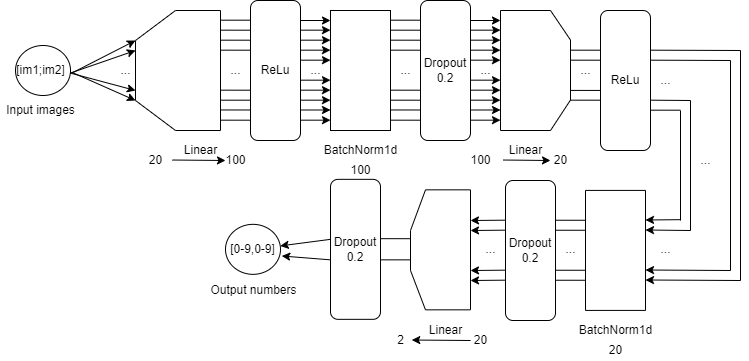
Above: Project1/structurep1.png in TopFox/DeepLearningProject (draw.io), before the change. Source tidied: cells renumbered, new cells last; positions are measured from the earlier drawing's top-left corner, leaving out a move shared by most shapes.
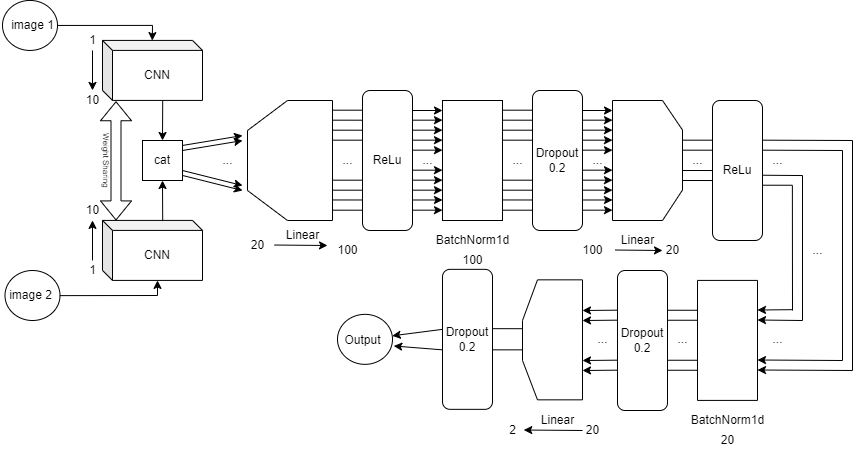
The same file after the commit.

Diff of the diagram source:
```diff
@@ -77,9 +77,6 @@
     <mxCell id="16" value="..." style="text;html=1;align=center;verticalAlign=middle;strokeColor=none;fillColor=none;" parent="1" vertex="1">
       <mxGeometry x="300" y="59.9" width="30" height="20" as="geometry" />
     </mxCell>
-    <mxCell id="17" value="Input images" style="text;html=1;align=center;verticalAlign=middle;strokeColor=none;fillColor=none;" parent="1" vertex="1">
-      <mxGeometry y="100" width="80" height="20" as="geometry" />
-    </mxCell>
     <mxCell id="18" style="endArrow=none;html=1;rounded=0;" parent="1" edge="1">
       <mxGeometry relative="1" as="geometry">
         <mxPoint x="135" y="40" as="sourcePoint" />
@@ -116,46 +113,20 @@
         <mxPoint x="220" y="130" as="targetPoint" />
       </mxGeometry>
     </mxCell>
-    <mxCell id="24" style="ellipse;whiteSpace=wrap;html=1;" parent="1" vertex="1">
-      <mxGeometry x="15" y="45" width="55" height="50" as="geometry" />
-    </mxCell>
-    <mxCell id="25" value="[im1;im2]" style="text;html=1;align=center;verticalAlign=middle;points=[];strokeColor=none;fillColor=none;" parent="1" vertex="1">
-      <mxGeometry x="10" y="60" width="60" height="20" as="geometry" />
-    </mxCell>
-    <mxCell id="26" style="endArrow=classic;html=1;rounded=0;exitX=1.026;exitY=0.623;exitDx=0;exitDy=0;exitPerimeter=0;" parent="1" edge="1" source="25">
-      <mxGeometry relative="1" as="geometry">
-        <mxPoint x="135" y="40" as="targetPoint" />
-      </mxGeometry>
-    </mxCell>
     <mxCell id="27" value="Linear" style="text;html=1;align=center;verticalAlign=middle;strokeColor=none;fillColor=none;" parent="1" vertex="1">
-      <mxGeometry x="175" y="140" width="50" height="20" as="geometry" />
+      <mxGeometry x="165" y="135" width="50" height="20" as="geometry" />
     </mxCell>
     <mxCell id="28" value="20" style="text;html=1;align=center;verticalAlign=middle;points=[];strokeColor=none;fillColor=none;" parent="1" vertex="1">
-      <mxGeometry x="140" y="150" width="30" height="20" as="geometry" />
+      <mxGeometry x="130" y="145" width="30" height="20" as="geometry" />
     </mxCell>
     <mxCell id="29" value="100" style="text;html=1;align=center;verticalAlign=middle;strokeColor=none;fillColor=none;" parent="1" vertex="1">
       <mxGeometry x="215" y="150" width="40" height="20" as="geometry" />
     </mxCell>
     <mxCell id="30" style="endArrow=classic;html=1;rounded=0;exitX=1.063;exitY=0.476;exitDx=0;exitDy=0;exitPerimeter=0;" parent="1" edge="1" source="28">
       <mxGeometry relative="1" as="geometry">
-        <mxPoint x="225" y="160" as="targetPoint" />
+        <mxPoint x="215" y="155" as="targetPoint" />
       </mxGeometry>
     </mxCell>
-    <mxCell id="31" style="endArrow=classic;html=1;rounded=0;exitX=1.042;exitY=0.617;exitDx=0;exitDy=0;exitPerimeter=0;" parent="1" edge="1" source="25">
-      <mxGeometry relative="1" as="geometry">
-        <mxPoint x="135" y="100" as="targetPoint" />
-      </mxGeometry>
-    </mxCell>
-    <mxCell id="32" style="endArrow=classic;html=1;rounded=0;exitX=0.998;exitY=0.627;exitDx=0;exitDy=0;exitPerimeter=0;" parent="1" edge="1" source="25">
-      <mxGeometry relative="1" as="geometry">
-        <mxPoint x="135" y="50" as="targetPoint" />
-      </mxGeometry>
-    </mxCell>
-    <mxCell id="33" style="endArrow=classic;html=1;rounded=0;exitX=0.996;exitY=0.627;exitDx=0;exitDy=0;exitPerimeter=0;" parent="1" edge="1" source="25">
-      <mxGeometry relative="1" as="geometry">
-        <mxPoint x="135" y="90" as="targetPoint" />
-      </mxGeometry>
-    </mxCell>
     <mxCell id="34" style="endArrow=none;html=1;rounded=0;entryX=0;entryY=0.143;entryDx=0;entryDy=0;entryPerimeter=0;" parent="1" edge="1">
       <mxGeometry relative="1" as="geometry">
         <mxPoint x="220" y="19.7" as="sourcePoint" />
@@ -207,9 +178,6 @@
     <mxCell id="42" value="..." style="text;html=1;align=center;verticalAlign=middle;strokeColor=none;fillColor=none;" parent="1" vertex="1">
       <mxGeometry x="220" y="60" width="30" height="20" as="geometry" />
     </mxCell>
-    <mxCell id="43" value="..." style="text;html=1;align=center;verticalAlign=middle;strokeColor=none;fillColor=none;" parent="1" vertex="1">
-      <mxGeometry x="110" y="60" width="30" height="20" as="geometry" />
-    </mxCell>
     <mxCell id="44" value="Dropout&lt;br&gt;0.2" style="rounded=1;whiteSpace=wrap;html=1;" parent="1" vertex="1">
       <mxGeometry x="420" width="50" height="140" as="geometry" />
     </mxCell>
@@ -400,14 +368,14 @@
     </mxCell>
     <mxCell id="79" style="endArrow=none;html=1;rounded=0;entryX=0;entryY=0.143;entryDx=0;entryDy=0;entryPerimeter=0;" parent="1" edge="1">
       <mxGeometry relative="1" as="geometry">
-        <mxPoint x="570" y="99.7" as="sourcePoint" />
-        <mxPoint x="600" y="99.7" as="targetPoint" />
+        <mxPoint x="570" y="90" as="sourcePoint" />
+        <mxPoint x="600" y="90" as="targetPoint" />
       </mxGeometry>
     </mxCell>
     <mxCell id="80" style="endArrow=none;html=1;rounded=0;entryX=0;entryY=0.143;entryDx=0;entryDy=0;entryPerimeter=0;" parent="1" edge="1">
       <mxGeometry relative="1" as="geometry">
-        <mxPoint x="570" y="89.9" as="sourcePoint" />
-        <mxPoint x="600" y="89.9" as="targetPoint" />
+        <mxPoint x="570" y="80" as="sourcePoint" />
+        <mxPoint x="600" y="80" as="targetPoint" />
       </mxGeometry>
     </mxCell>
     <mxCell id="81" value="..." style="text;html=1;align=center;verticalAlign=middle;strokeColor=none;fillColor=none;" parent="1" vertex="1">
@@ -466,18 +434,18 @@
     </mxCell>
     <mxCell id="92" style="endArrow=none;html=1;rounded=0;entryX=0;entryY=0.143;entryDx=0;entryDy=0;entryPerimeter=0;" parent="1" edge="1">
       <mxGeometry relative="1" as="geometry">
-        <mxPoint x="690" y="100" as="sourcePoint" />
-        <mxPoint x="650" y="99.7" as="targetPoint" />
+        <mxPoint x="690" y="85.1" as="sourcePoint" />
+        <mxPoint x="650" y="84.7" as="targetPoint" />
       </mxGeometry>
     </mxCell>
     <mxCell id="93" style="endArrow=none;html=1;rounded=0;entryX=0;entryY=0.143;entryDx=0;entryDy=0;entryPerimeter=0;" parent="1" edge="1">
       <mxGeometry relative="1" as="geometry">
-        <mxPoint x="680" y="109.7" as="sourcePoint" />
-        <mxPoint x="650" y="109.7" as="targetPoint" />
+        <mxPoint x="680" y="94.7" as="sourcePoint" />
+        <mxPoint x="650" y="94.7" as="targetPoint" />
       </mxGeometry>
     </mxCell>
     <mxCell id="94" value="..." style="text;html=1;align=center;verticalAlign=middle;strokeColor=none;fillColor=none;" parent="1" vertex="1">
-      <mxGeometry x="650" y="70" width="30" height="20" as="geometry" />
+      <mxGeometry x="650" y="60" width="30" height="20" as="geometry" />
     </mxCell>
     <mxCell id="95" value="..." style="text;html=1;align=center;verticalAlign=middle;strokeColor=none;fillColor=none;" parent="1" vertex="1">
       <mxGeometry x="555" y="239.3" width="30" height="20" as="geometry" />
@@ -614,22 +582,22 @@
         <mxPoint x="410" y="259.4" as="targetPoint" />
       </mxGeometry>
     </mxCell>
-    <mxCell id="122" value="[0-9,0-9]" style="ellipse;whiteSpace=wrap;html=1;" parent="1" vertex="1">
+    <mxCell id="122" style="ellipse;whiteSpace=wrap;html=1;" parent="1" vertex="1">
       <mxGeometry x="225" y="223.8" width="55" height="50" as="geometry" />
     </mxCell>
-    <mxCell id="123" value="Output numbers" style="text;html=1;align=center;verticalAlign=middle;strokeColor=none;fillColor=none;" parent="1" vertex="1">
-      <mxGeometry x="202.5" y="280" width="100" height="20" as="geometry" />
+    <mxCell id="123" value="Output" style="text;html=1;align=center;verticalAlign=middle;strokeColor=none;fillColor=none;" parent="1" vertex="1">
+      <mxGeometry x="225" y="240" width="50" height="20" as="geometry" />
     </mxCell>
     <mxCell id="124" style="endArrow=none;html=1;rounded=0;" parent="1" edge="1">
       <mxGeometry relative="1" as="geometry">
         <mxPoint x="680" y="220" as="sourcePoint" />
-        <mxPoint x="680" y="110" as="targetPoint" />
+        <mxPoint x="679.9" y="95" as="targetPoint" />
       </mxGeometry>
     </mxCell>
     <mxCell id="125" style="endArrow=none;html=1;rounded=0;" parent="1" edge="1">
       <mxGeometry relative="1" as="geometry">
         <mxPoint x="690" y="230" as="sourcePoint" />
-        <mxPoint x="690" y="100" as="targetPoint" />
+        <mxPoint x="690" y="85" as="targetPoint" />
       </mxGeometry>
     </mxCell>
     <mxCell id="126" style="endArrow=none;html=1;rounded=0;" parent="1" edge="1">
@@ -647,5 +615,103 @@
     <mxCell id="128" value="..." style="text;html=1;align=center;verticalAlign=middle;strokeColor=none;fillColor=none;" parent="1" vertex="1">
       <mxGeometry x="690" y="150" width="30" height="20" as="geometry" />
     </mxCell>
+    <mxCell id="129" value="CNN" style="shape=cube;whiteSpace=wrap;html=1;boundedLbl=1;backgroundOutline=1;darkOpacity=0.05;darkOpacity2=0.1;size=10;" parent="1" vertex="1">
+      <mxGeometry x="-10" y="-50.1" width="100" height="60" as="geometry" />
+    </mxCell>
+    <mxCell id="130" value="CNN" style="shape=cube;whiteSpace=wrap;html=1;boundedLbl=1;backgroundOutline=1;darkOpacity=0.05;darkOpacity2=0.1;size=10;" parent="1" vertex="1">
+      <mxGeometry x="-10" y="129.9" width="100" height="60" as="geometry" />
+    </mxCell>
+    <mxCell id="131" style="ellipse;whiteSpace=wrap;html=1;" parent="1" vertex="1">
+      <mxGeometry x="-110" y="-90" width="55" height="50" as="geometry" />
+    </mxCell>
+    <mxCell id="132" value="image 1" style="text;html=1;align=center;verticalAlign=middle;strokeColor=none;fillColor=none;" parent="1" vertex="1">
+      <mxGeometry x="-110" y="-75" width="60" height="20" as="geometry" />
+    </mxCell>
+    <mxCell id="133" style="ellipse;whiteSpace=wrap;html=1;" parent="1" vertex="1">
+      <mxGeometry x="-107.5" y="180" width="55" height="50" as="geometry" />
+    </mxCell>
+    <mxCell id="134" value="image 2" style="text;html=1;align=center;verticalAlign=middle;points=[];strokeColor=none;fillColor=none;" parent="1" vertex="1">
+      <mxGeometry x="-112.5" y="195" width="60" height="20" as="geometry" />
+    </mxCell>
+    <mxCell id="135" value="cat" style="rounded=0;whiteSpace=wrap;html=1;" parent="1" vertex="1">
+      <mxGeometry x="30" y="50" width="40" height="40" as="geometry" />
+    </mxCell>
+    <mxCell id="136" style="endArrow=classic;html=1;rounded=0;fontStyle=1;" parent="1" edge="1">
+      <mxGeometry relative="1" as="geometry">
+        <mxPoint x="70" y="55" as="sourcePoint" />
+        <mxPoint x="130" y="45" as="targetPoint" />
+      </mxGeometry>
+    </mxCell>
+    <mxCell id="137" style="endArrow=classic;html=1;rounded=0;" parent="1" edge="1">
+      <mxGeometry relative="1" as="geometry">
+        <mxPoint x="70" y="85" as="sourcePoint" />
+        <mxPoint x="130" y="100" as="targetPoint" />
+      </mxGeometry>
+    </mxCell>
+    <mxCell id="138" style="endArrow=classic;html=1;rounded=0;" parent="1" edge="1">
+      <mxGeometry relative="1" as="geometry">
+        <mxPoint x="70" y="60" as="sourcePoint" />
+        <mxPoint x="130" y="50.1" as="targetPoint" />
+      </mxGeometry>
+    </mxCell>
+    <mxCell id="139" style="endArrow=classic;html=1;rounded=0;" parent="1" edge="1">
+      <mxGeometry relative="1" as="geometry">
+        <mxPoint x="70" y="80" as="sourcePoint" />
+        <mxPoint x="130" y="95" as="targetPoint" />
+      </mxGeometry>
+    </mxCell>
+    <mxCell id="43" value="..." style="text;html=1;align=center;verticalAlign=middle;strokeColor=none;fillColor=none;" parent="1" vertex="1">
+      <mxGeometry x="100" y="59.9" width="30" height="20" as="geometry" />
+    </mxCell>
+    <mxCell id="140" style="endArrow=classic;html=1;rounded=0;entryX=0.5;entryY=1;entryDx=0;entryDy=0;exitX=0.602;exitY=0.011;exitDx=0;exitDy=0;exitPerimeter=0;" parent="1" edge="1" source="130" target="135">
+      <mxGeometry relative="1" as="geometry" />
+    </mxCell>
+    <mxCell id="141" style="endArrow=classic;html=1;rounded=0;exitX=0.602;exitY=1.011;exitDx=0;exitDy=0;exitPerimeter=0;entryX=0.5;entryY=0;entryDx=0;entryDy=0;" parent="1" edge="1" source="129" target="135">
+      <mxGeometry relative="1" as="geometry" />
+    </mxCell>
+    <mxCell id="142" style="endArrow=classic;html=1;rounded=0;" parent="1" edge="1">
+      <mxGeometry relative="1" as="geometry">
+        <mxPoint x="-20" y="169.9" as="sourcePoint" />
+        <mxPoint x="-20" y="129.9" as="targetPoint" />
+      </mxGeometry>
+    </mxCell>
+    <mxCell id="143" value="10" style="text;html=1;align=center;verticalAlign=middle;strokeColor=none;fillColor=none;" parent="1" vertex="1">
+      <mxGeometry x="-35" y="109.9" width="30" height="20" as="geometry" />
+    </mxCell>
+    <mxCell id="144" value="1" style="text;html=1;align=center;verticalAlign=middle;strokeColor=none;fillColor=none;" parent="1" vertex="1">
+      <mxGeometry x="-30" y="169.8" width="20" height="20" as="geometry" />
+    </mxCell>
+    <mxCell id="145" style="endArrow=classic;html=1;rounded=0;" parent="1" edge="1">
+      <mxGeometry relative="1" as="geometry">
+        <mxPoint x="-20" y="-40" as="sourcePoint" />
+        <mxPoint x="-20" as="targetPoint" />
+      </mxGeometry>
+    </mxCell>
+    <mxCell id="146" value="1" style="text;html=1;align=center;verticalAlign=middle;strokeColor=none;fillColor=none;" parent="1" vertex="1">
+      <mxGeometry x="-30" y="-60" width="20" height="20" as="geometry" />
+    </mxCell>
+    <mxCell id="147" value="10" style="text;html=1;align=center;verticalAlign=middle;strokeColor=none;fillColor=none;" parent="1" vertex="1">
+      <mxGeometry x="-35" y="-0.1" width="30" height="20" as="geometry" />
+    </mxCell>
+    <mxCell id="148" style="endArrow=classic;html=1;rounded=0;exitX=1;exitY=0.5;exitDx=0;exitDy=0;entryX=0.498;entryY=0.003;entryDx=0;entryDy=0;entryPerimeter=0;" parent="1" edge="1" source="131" target="129">
+      <mxGeometry relative="1" as="geometry">
+        <Array as="points">
+          <mxPoint x="40" y="-65.1" />
+        </Array>
+      </mxGeometry>
+    </mxCell>
+    <mxCell id="149" style="shape=flexArrow;endArrow=classic;startArrow=classic;html=1;rounded=0;entryX=0.135;entryY=1.014;entryDx=0;entryDy=0;entryPerimeter=0;exitX=0.135;exitY=0;exitDx=0;exitDy=0;exitPerimeter=0;" parent="1" edge="1" source="130" target="129">
+      <mxGeometry relative="1" as="geometry" />
+    </mxCell>
+    <mxCell id="150" value="&lt;font style=&quot;font-size: 8px&quot;&gt;Weight Sharing&lt;/font&gt;" style="text;html=1;align=center;verticalAlign=middle;strokeColor=none;fillColor=none;rotation=90;" parent="1" vertex="1">
+      <mxGeometry x="-40" y="59.8" width="70" height="20" as="geometry" />
+    </mxCell>
+    <mxCell id="151" style="endArrow=classic;html=1;rounded=0;fontSize=8;exitX=0.998;exitY=0.506;exitDx=0;exitDy=0;exitPerimeter=0;entryX=0;entryY=0;entryDx=55;entryDy=60;entryPerimeter=0;" parent="1" edge="1" source="134" target="130">
+      <mxGeometry relative="1" as="geometry">
+        <Array as="points">
+          <mxPoint x="45" y="205" />
+        </Array>
+      </mxGeometry>
+    </mxCell>
   </root>
 </mxGraphModel>
```
